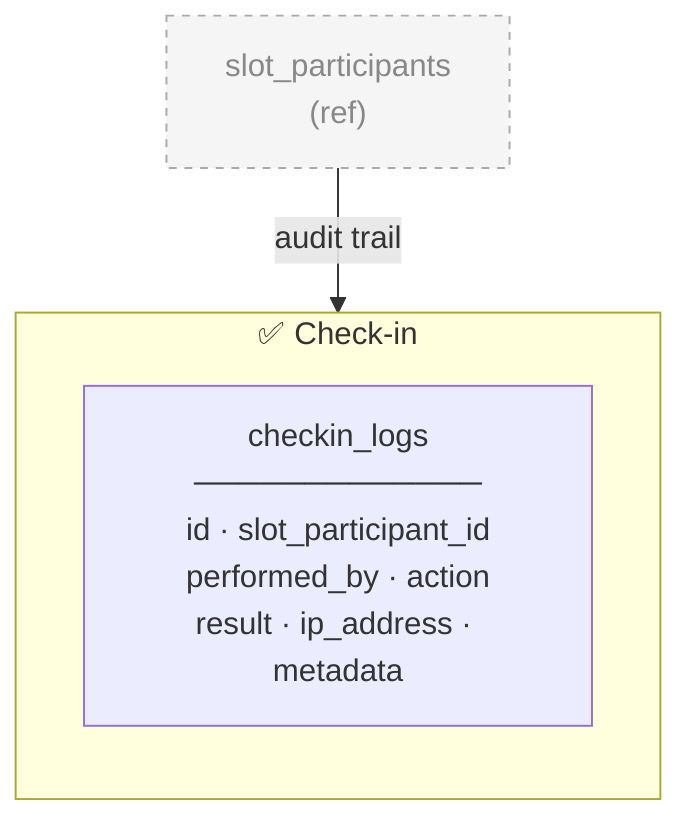
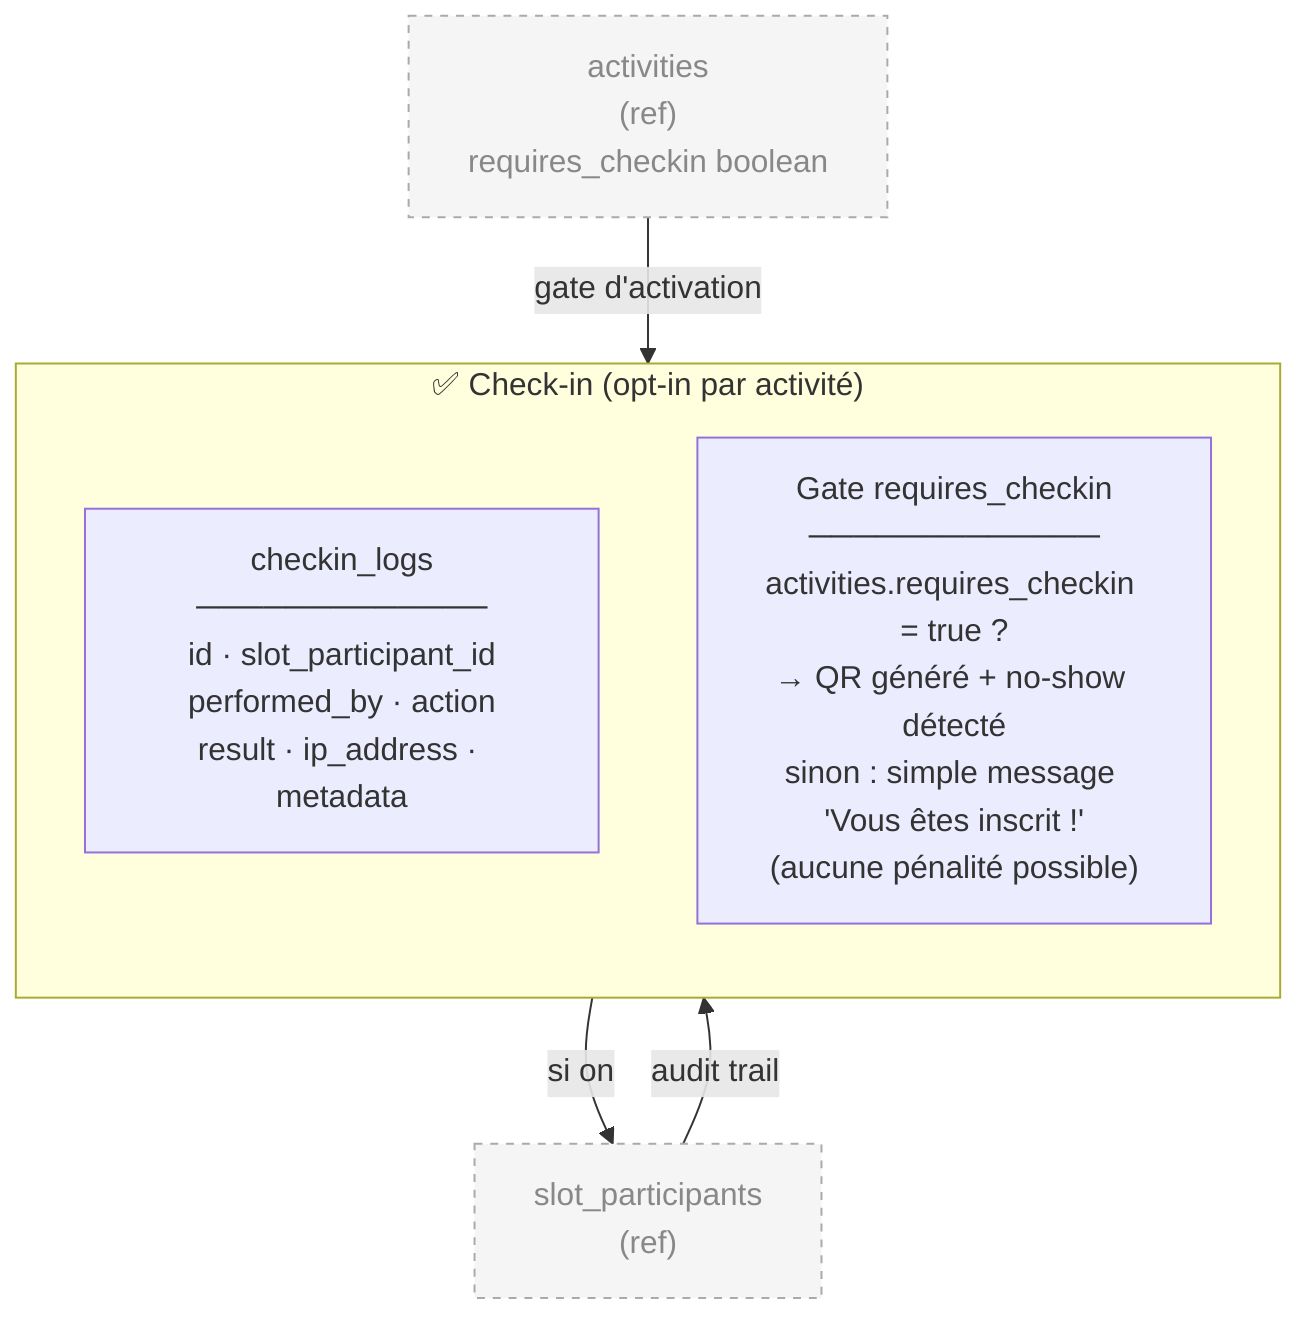
flowchart TD

-   subgraph CHK["✅ Check-in"]
+   subgraph CHK["✅ Check-in (opt-in par activité)"]
    direction TB
    CL["checkin_logs\n─────────────\nid · slot_participant_id\nperformed_by · action\nresult · ip_address · metadata"]
+     GATE["Gate requires_checkin\n─────────────\nactivities.requires_checkin = true ?\n→ QR généré + no-show détecté\nsinon : simple message 'Vous êtes inscrit !'\n(aucune pénalité possible)"]
  end

-   %% Ref externe
+   %% Ref externes
+   A_REF["activities\n(ref)\nrequires_checkin boolean"]:::ref
  SP_REF["slot_participants\n(ref)"]:::ref

+   A_REF -->|"gate d'activation"| GATE
+   GATE -->|"si on"| SP_REF
  SP_REF -->|"audit trail"| CL

  classDef ref fill:#f5f5f5,stroke:#aaa,stroke-dasharray:4 4,color:#888
